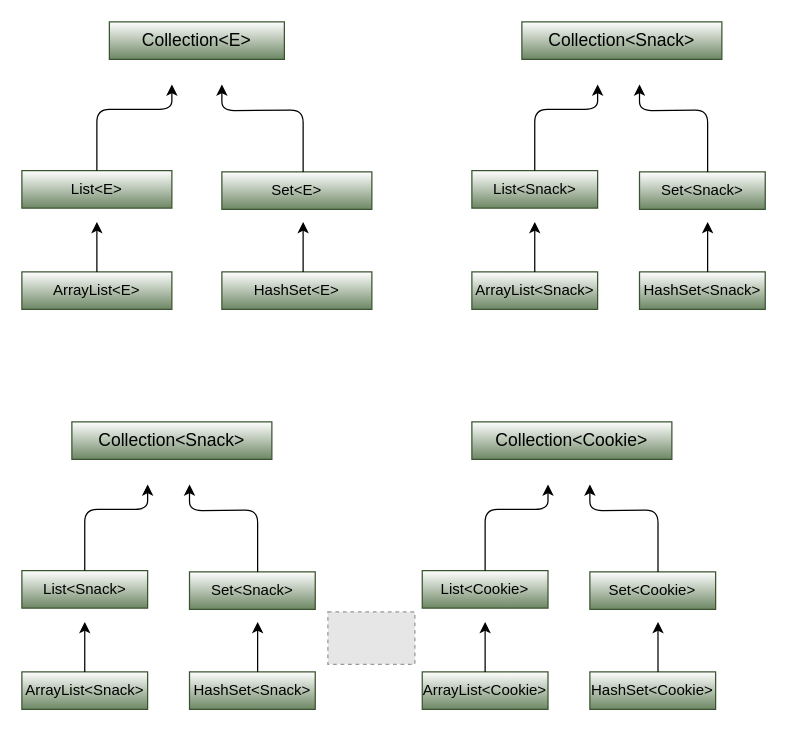
Earlier version of the draw.io diagram page "subtype" (3 of 3) of tutorial/java-generics/media/java-generics.drawio (maithilish/maithilish.github.io). Source tidied: cells renumbered, new cells numbered last; positions are measured from the earlier drawing's top-left corner, leaving out a move shared by most shapes. Both pictures are drawn from the tidied source at 125%, with x=0, y=0 at pixel (21, 21). Pictures stored in the file or linked from it are replaced by grey dashed boxes.
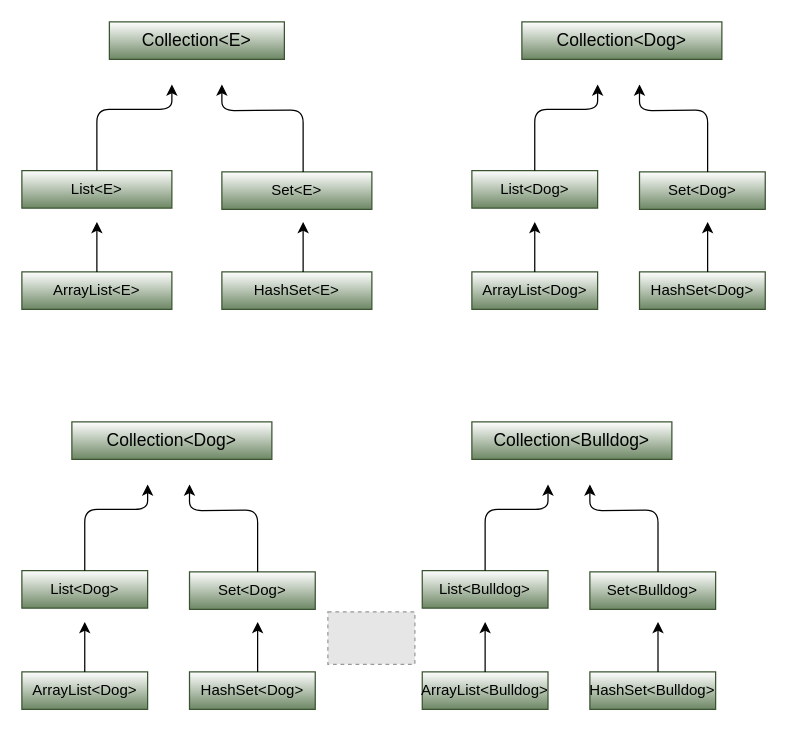
After the change.

The edit, as a diff of the source:
```diff
@@
-    <mxCell id="12" value="&lt;font color=&quot;#000000&quot; style=&quot;font-size: 14px&quot;&gt;Collection&amp;lt;Snack&amp;gt;&lt;/font&gt;" style="rounded=0;whiteSpace=wrap;html=1;fillColor=#6d8764;strokeColor=#3A5431;gradientDirection=north;fontColor=#ffffff;gradientColor=#ffffff;" parent="1" vertex="1">
+    <mxCell id="12" value="&lt;font color=&quot;#000000&quot; style=&quot;font-size: 14px&quot;&gt;Collection&amp;lt;Dog&amp;gt;&lt;/font&gt;" style="rounded=0;whiteSpace=wrap;html=1;fillColor=#6d8764;strokeColor=#3A5431;gradientDirection=north;fontColor=#ffffff;gradientColor=#ffffff;" parent="1" vertex="1">
       <mxGeometry x="40" y="320" width="160" height="30" as="geometry" />
     </mxCell>
-    <mxCell id="13" value="&lt;font color=&quot;#000000&quot;&gt;List&amp;lt;Snack&amp;gt;&lt;/font&gt;" style="rounded=0;whiteSpace=wrap;html=1;fillColor=#6d8764;strokeColor=#3A5431;gradientDirection=north;fontColor=#ffffff;gradientColor=#ffffff;" parent="1" vertex="1">
+    <mxCell id="13" value="&lt;font color=&quot;#000000&quot;&gt;List&amp;lt;Dog&amp;gt;&lt;/font&gt;" style="rounded=0;whiteSpace=wrap;html=1;fillColor=#6d8764;strokeColor=#3A5431;gradientDirection=north;fontColor=#ffffff;gradientColor=#ffffff;" parent="1" vertex="1">
       <mxGeometry y="439" width="100.6" height="30" as="geometry" />
     </mxCell>
-    <mxCell id="14" value="&lt;font color=&quot;#000000&quot;&gt;Set&amp;lt;Snack&amp;gt;&lt;/font&gt;&lt;br&gt;" style="rounded=0;whiteSpace=wrap;html=1;fillColor=#6d8764;strokeColor=#3A5431;gradientDirection=north;fontColor=#ffffff;gradientColor=#ffffff;" parent="1" vertex="1">
+    <mxCell id="14" value="&lt;font color=&quot;#000000&quot;&gt;Set&amp;lt;Dog&amp;gt;&lt;/font&gt;" style="rounded=0;whiteSpace=wrap;html=1;fillColor=#6d8764;strokeColor=#3A5431;gradientDirection=north;fontColor=#ffffff;gradientColor=#ffffff;" parent="1" vertex="1">
       <mxGeometry x="134.1" y="440" width="100.6" height="30" as="geometry" />
     </mxCell>
@@
-    <mxCell id="17" value="&lt;font color=&quot;#000000&quot;&gt;ArrayList&amp;lt;Snack&amp;gt;&lt;/font&gt;" style="rounded=0;whiteSpace=wrap;html=1;fillColor=#6d8764;strokeColor=#3A5431;gradientDirection=north;fontColor=#ffffff;gradientColor=#ffffff;" parent="1" vertex="1">
+    <mxCell id="17" value="&lt;font color=&quot;#000000&quot;&gt;ArrayList&amp;lt;Dog&amp;gt;&lt;/font&gt;" style="rounded=0;whiteSpace=wrap;html=1;fillColor=#6d8764;strokeColor=#3A5431;gradientDirection=north;fontColor=#ffffff;gradientColor=#ffffff;" parent="1" vertex="1">
       <mxGeometry y="520" width="100.6" height="30" as="geometry" />
     </mxCell>
-    <mxCell id="18" value="&lt;font color=&quot;#000000&quot;&gt;HashSet&amp;lt;Snack&amp;gt;&lt;/font&gt;" style="rounded=0;whiteSpace=wrap;html=1;fillColor=#6d8764;strokeColor=#3A5431;gradientDirection=north;fontColor=#ffffff;gradientColor=#ffffff;" parent="1" vertex="1">
+    <mxCell id="18" value="&lt;font color=&quot;#000000&quot;&gt;HashSet&amp;lt;Dog&amp;gt;&lt;/font&gt;" style="rounded=0;whiteSpace=wrap;html=1;fillColor=#6d8764;strokeColor=#3A5431;gradientDirection=north;fontColor=#ffffff;gradientColor=#ffffff;" parent="1" vertex="1">
       <mxGeometry x="134.1" y="520" width="100.6" height="30" as="geometry" />
     </mxCell>
@@
-    <mxCell id="21" value="&lt;font color=&quot;#000000&quot; style=&quot;font-size: 14px&quot;&gt;Collection&amp;lt;Cookie&amp;gt;&lt;/font&gt;" style="rounded=0;whiteSpace=wrap;html=1;fillColor=#6d8764;strokeColor=#3A5431;gradientDirection=north;fontColor=#ffffff;gradientColor=#ffffff;" parent="1" vertex="1">
+    <mxCell id="21" value="&lt;font color=&quot;#000000&quot; style=&quot;font-size: 14px&quot;&gt;Collection&amp;lt;Bulldog&amp;gt;&lt;/font&gt;" style="rounded=0;whiteSpace=wrap;html=1;fillColor=#6d8764;strokeColor=#3A5431;gradientDirection=north;fontColor=#ffffff;gradientColor=#ffffff;" parent="1" vertex="1">
       <mxGeometry x="360" y="320" width="160" height="30" as="geometry" />
     </mxCell>
-    <mxCell id="22" value="&lt;font color=&quot;#000000&quot;&gt;List&amp;lt;Cookie&amp;gt;&lt;/font&gt;" style="rounded=0;whiteSpace=wrap;html=1;fillColor=#6d8764;strokeColor=#3A5431;gradientDirection=north;fontColor=#ffffff;gradientColor=#ffffff;" parent="1" vertex="1">
+    <mxCell id="22" value="&lt;font color=&quot;#000000&quot;&gt;List&amp;lt;Bulldog&amp;gt;&lt;/font&gt;" style="rounded=0;whiteSpace=wrap;html=1;fillColor=#6d8764;strokeColor=#3A5431;gradientDirection=north;fontColor=#ffffff;gradientColor=#ffffff;" parent="1" vertex="1">
       <mxGeometry x="320.3" y="439" width="100.6" height="30" as="geometry" />
     </mxCell>
-    <mxCell id="23" value="&lt;font color=&quot;#000000&quot;&gt;Set&amp;lt;Cookie&amp;gt;&lt;/font&gt;&lt;br&gt;" style="rounded=0;whiteSpace=wrap;html=1;fillColor=#6d8764;strokeColor=#3A5431;gradientDirection=north;fontColor=#ffffff;gradientColor=#ffffff;" parent="1" vertex="1">
+    <mxCell id="23" value="&lt;font color=&quot;#000000&quot;&gt;Set&amp;lt;&lt;/font&gt;&lt;span style=&quot;color: rgb(0 , 0 , 0)&quot;&gt;Bulldog&lt;/span&gt;&lt;font color=&quot;#000000&quot;&gt;&amp;gt;&lt;/font&gt;" style="rounded=0;whiteSpace=wrap;html=1;fillColor=#6d8764;strokeColor=#3A5431;gradientDirection=north;fontColor=#ffffff;gradientColor=#ffffff;" parent="1" vertex="1">
       <mxGeometry x="454.4" y="440" width="100.6" height="30" as="geometry" />
     </mxCell>
@@
-    <mxCell id="26" value="&lt;font color=&quot;#000000&quot;&gt;ArrayList&amp;lt;Cookie&amp;gt;&lt;/font&gt;" style="rounded=0;whiteSpace=wrap;html=1;fillColor=#6d8764;strokeColor=#3A5431;gradientDirection=north;fontColor=#ffffff;gradientColor=#ffffff;" parent="1" vertex="1">
+    <mxCell id="26" value="&lt;font color=&quot;#000000&quot;&gt;ArrayList&amp;lt;&lt;/font&gt;&lt;span style=&quot;color: rgb(0 , 0 , 0)&quot;&gt;Bulldog&lt;/span&gt;&lt;font color=&quot;#000000&quot;&gt;&amp;gt;&lt;/font&gt;" style="rounded=0;whiteSpace=wrap;html=1;fillColor=#6d8764;strokeColor=#3A5431;gradientDirection=north;fontColor=#ffffff;gradientColor=#ffffff;" parent="1" vertex="1">
       <mxGeometry x="320.3" y="520" width="100.6" height="30" as="geometry" />
     </mxCell>
-    <mxCell id="27" value="&lt;font color=&quot;#000000&quot;&gt;HashSet&amp;lt;Cookie&amp;gt;&lt;/font&gt;" style="rounded=0;whiteSpace=wrap;html=1;fillColor=#6d8764;strokeColor=#3A5431;gradientDirection=north;fontColor=#ffffff;gradientColor=#ffffff;" parent="1" vertex="1">
+    <mxCell id="27" value="&lt;font color=&quot;#000000&quot;&gt;HashSet&amp;lt;&lt;/font&gt;&lt;span style=&quot;color: rgb(0 , 0 , 0)&quot;&gt;Bulldog&lt;/span&gt;&lt;font color=&quot;#000000&quot;&gt;&amp;gt;&lt;/font&gt;" style="rounded=0;whiteSpace=wrap;html=1;fillColor=#6d8764;strokeColor=#3A5431;gradientDirection=north;fontColor=#ffffff;gradientColor=#ffffff;" parent="1" vertex="1">
       <mxGeometry x="454.4" y="520" width="100.6" height="30" as="geometry" />
     </mxCell>
@@
-    <mxCell id="30" value="&lt;font color=&quot;#000000&quot; style=&quot;font-size: 14px&quot;&gt;Collection&amp;lt;Snack&amp;gt;&lt;/font&gt;" style="rounded=0;whiteSpace=wrap;html=1;fillColor=#6d8764;strokeColor=#3A5431;gradientDirection=north;fontColor=#ffffff;gradientColor=#ffffff;" parent="1" vertex="1">
+    <mxCell id="30" value="&lt;font color=&quot;#000000&quot; style=&quot;font-size: 14px&quot;&gt;Collection&amp;lt;Dog&amp;gt;&lt;/font&gt;" style="rounded=0;whiteSpace=wrap;html=1;fillColor=#6d8764;strokeColor=#3A5431;gradientDirection=north;fontColor=#ffffff;gradientColor=#ffffff;" parent="1" vertex="1">
       <mxGeometry x="400" width="160" height="30" as="geometry" />
     </mxCell>
-    <mxCell id="31" value="&lt;font color=&quot;#000000&quot;&gt;List&amp;lt;Snack&amp;gt;&lt;/font&gt;" style="rounded=0;whiteSpace=wrap;html=1;fillColor=#6d8764;strokeColor=#3A5431;gradientDirection=north;fontColor=#ffffff;gradientColor=#ffffff;" parent="1" vertex="1">
+    <mxCell id="31" value="&lt;font color=&quot;#000000&quot;&gt;List&amp;lt;Dog&amp;gt;&lt;/font&gt;" style="rounded=0;whiteSpace=wrap;html=1;fillColor=#6d8764;strokeColor=#3A5431;gradientDirection=north;fontColor=#ffffff;gradientColor=#ffffff;" parent="1" vertex="1">
       <mxGeometry x="360" y="119" width="100.6" height="30" as="geometry" />
     </mxCell>
-    <mxCell id="32" value="&lt;font color=&quot;#000000&quot;&gt;Set&amp;lt;Snack&amp;gt;&lt;/font&gt;&lt;br&gt;" style="rounded=0;whiteSpace=wrap;html=1;fillColor=#6d8764;strokeColor=#3A5431;gradientDirection=north;fontColor=#ffffff;gradientColor=#ffffff;" parent="1" vertex="1">
+    <mxCell id="32" value="&lt;font color=&quot;#000000&quot;&gt;Set&amp;lt;Dog&amp;gt;&lt;/font&gt;" style="rounded=0;whiteSpace=wrap;html=1;fillColor=#6d8764;strokeColor=#3A5431;gradientDirection=north;fontColor=#ffffff;gradientColor=#ffffff;" parent="1" vertex="1">
       <mxGeometry x="494.1" y="120" width="100.6" height="30" as="geometry" />
     </mxCell>
@@
-    <mxCell id="35" value="&lt;font color=&quot;#000000&quot;&gt;ArrayList&amp;lt;Snack&amp;gt;&lt;/font&gt;" style="rounded=0;whiteSpace=wrap;html=1;fillColor=#6d8764;strokeColor=#3A5431;gradientDirection=north;fontColor=#ffffff;gradientColor=#ffffff;" parent="1" vertex="1">
+    <mxCell id="35" value="&lt;font color=&quot;#000000&quot;&gt;ArrayList&amp;lt;Dog&amp;gt;&lt;/font&gt;" style="rounded=0;whiteSpace=wrap;html=1;fillColor=#6d8764;strokeColor=#3A5431;gradientDirection=north;fontColor=#ffffff;gradientColor=#ffffff;" parent="1" vertex="1">
       <mxGeometry x="360" y="200" width="100.6" height="30" as="geometry" />
     </mxCell>
-    <mxCell id="36" value="&lt;font color=&quot;#000000&quot;&gt;HashSet&amp;lt;Snack&amp;gt;&lt;/font&gt;" style="rounded=0;whiteSpace=wrap;html=1;fillColor=#6d8764;strokeColor=#3A5431;gradientDirection=north;fontColor=#ffffff;gradientColor=#ffffff;" parent="1" vertex="1">
+    <mxCell id="36" value="&lt;font color=&quot;#000000&quot;&gt;HashSet&amp;lt;Dog&amp;gt;&lt;/font&gt;" style="rounded=0;whiteSpace=wrap;html=1;fillColor=#6d8764;strokeColor=#3A5431;gradientDirection=north;fontColor=#ffffff;gradientColor=#ffffff;" parent="1" vertex="1">
       <mxGeometry x="494.1" y="200" width="100.6" height="30" as="geometry" />
     </mxCell>
```
